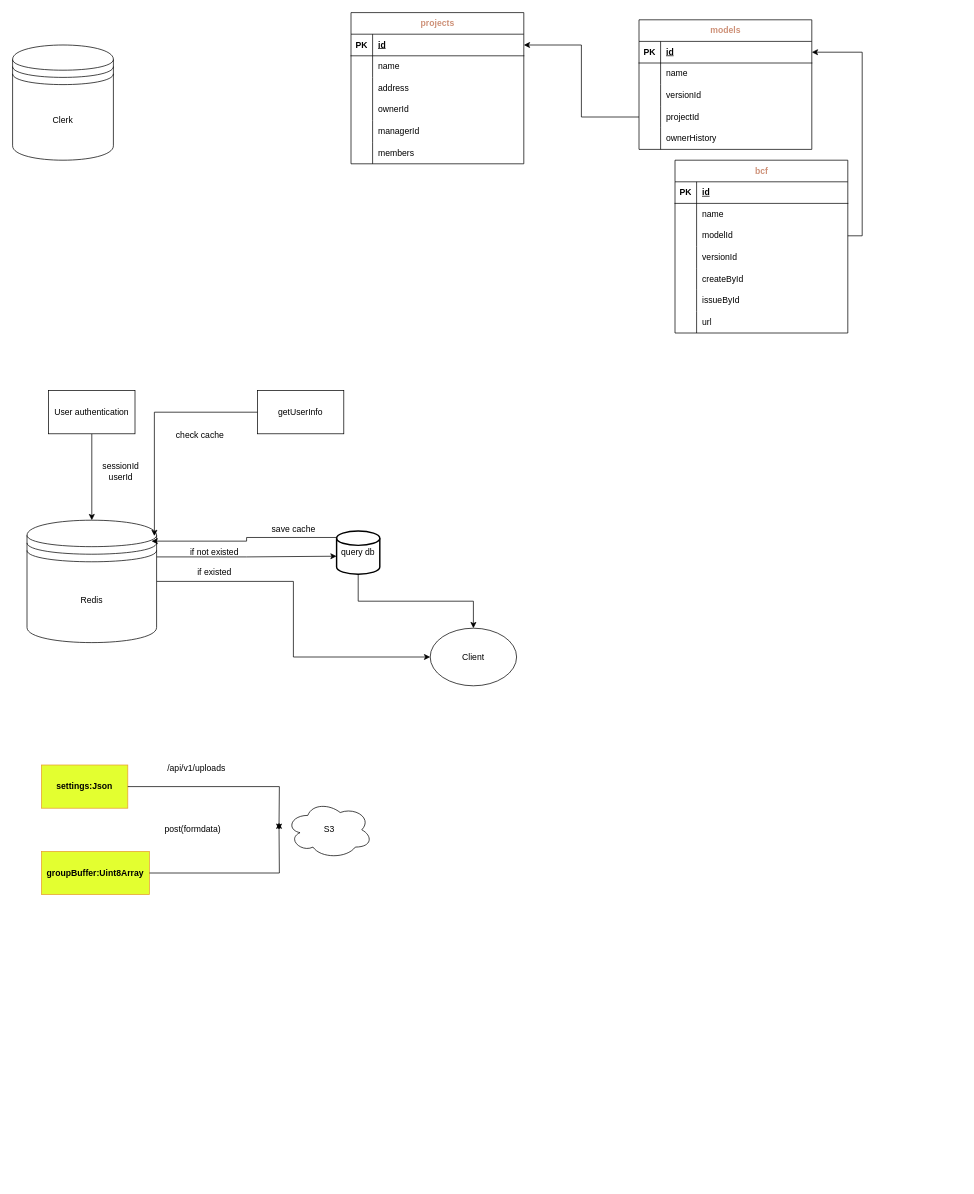
Earlier version of the draw.io diagram server-tiles/db.drawio (RyugaRyuzaki/BIM-CDE). Source tidied: cells renumbered, new cells numbered last; positions are measured from the earlier drawing's top-left corner, leaving out a move shared by most shapes. Both pictures are drawn from the tidied source at 72%, with x=0, y=0 at pixel (12, 12).
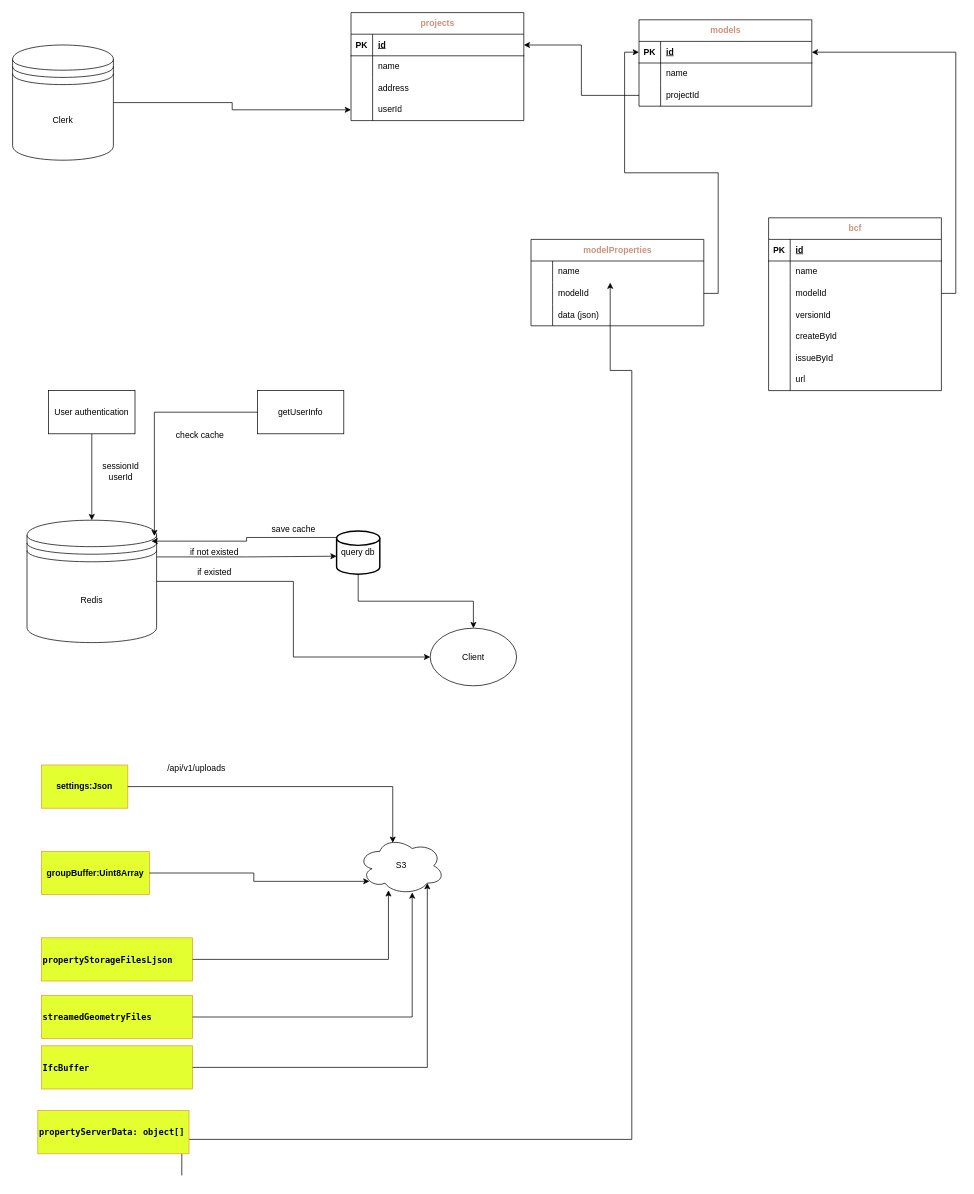
The same page after the edit.

The change refers to these unchanged cells:
```xml
<mxCell id="12" style="shape=tableRow;horizontal=0;startSize=0;swimlaneHead=0;swimlaneBody=0;fillColor=none;points=[[0,0.5],[1,0.5]];portConstraint=eastwest;top=0;left=0;right=0;bottom=0;" parent="2" vertex="1">
  <mxGeometry y="120" width="240" height="30" as="geometry" />
</mxCell>
<mxCell id="22" style="shape=tableRow;horizontal=0;startSize=0;swimlaneHead=0;swimlaneBody=0;fillColor=none;points=[[0,0.5],[1,0.5]];portConstraint=eastwest;top=0;left=0;right=0;bottom=1;" parent="21" vertex="1">
  <mxGeometry y="30" width="240" height="30" as="geometry" />
</mxCell>
<mxCell id="61" value="Clerk" style="shape=datastore;whiteSpace=wrap;html=1;" parent="1" vertex="1">
  <mxGeometry y="45" width="140" height="160" as="geometry" />
</mxCell>
<mxCell id="78" value="&lt;b&gt;settings:Json&lt;/b&gt;" style="rounded=0;whiteSpace=wrap;html=1;align=center;strokeColor=#e89c30;fillColor=#E3FF30;" parent="1" vertex="1">
  <mxGeometry x="40" y="1045" width="120" height="60" as="geometry" />
</mxCell>
<mxCell id="79" value="&lt;b&gt;groupBuffer:Uint8Array&lt;/b&gt;" style="rounded=0;whiteSpace=wrap;html=1;align=center;strokeColor=#e89c30;fillColor=#E3FF30;" parent="1" vertex="1">
  <mxGeometry x="40" y="1165" width="150" height="60" as="geometry" />
</mxCell>
```

What changed in the source:
```diff
@@
     <mxCell id="2" value="&lt;font color=&quot;#ce9178&quot;&gt;projects&lt;/font&gt;" style="shape=table;startSize=30;childLayout=tableLayout;rowLines=0;fontStyle=1;align=center;html=1;" parent="1" vertex="1">
-      <mxGeometry x="470" width="240" height="210" as="geometry" />
+      <mxGeometry x="470" width="240" height="150" as="geometry" />
     </mxCell>
@@
-    <mxCell id="14" value="ownerId" style="shape=partialRectangle;fillColor=none;top=0;left=0;bottom=0;right=0;align=left;spacingLeft=6;overflow=hidden;whiteSpace=wrap;html=1;" parent="12" vertex="1">
+    <mxCell id="14" value="userId" style="shape=partialRectangle;fillColor=none;top=0;left=0;bottom=0;right=0;align=left;spacingLeft=6;overflow=hidden;whiteSpace=wrap;html=1;" parent="12" vertex="1">
       <mxGeometry x="30" width="210" height="30" as="geometry" />
     </mxCell>
-    <mxCell id="15" style="shape=tableRow;horizontal=0;startSize=0;swimlaneHead=0;swimlaneBody=0;fillColor=none;top=0;left=0;right=0;bottom=0;" parent="2" vertex="1">
-      <mxGeometry y="150" width="240" height="30" as="geometry" />
-    </mxCell>
-    <mxCell id="16" style="shape=partialRectangle;fillColor=none;top=0;left=0;bottom=0;right=0;overflow=hidden;whiteSpace=wrap;html=1;" parent="15" vertex="1">
-      <mxGeometry width="30" height="30" as="geometry" />
-    </mxCell>
-    <mxCell id="17" value="managerId" style="shape=partialRectangle;fillColor=none;top=0;left=0;bottom=0;right=0;align=left;spacingLeft=6;overflow=hidden;whiteSpace=wrap;html=1;" parent="15" vertex="1">
-      <mxGeometry x="30" width="210" height="30" as="geometry" />
-    </mxCell>
-    <mxCell id="18" style="shape=tableRow;horizontal=0;startSize=0;swimlaneHead=0;swimlaneBody=0;fillColor=none;top=0;left=0;right=0;bottom=0;" parent="2" vertex="1">
-      <mxGeometry y="180" width="240" height="30" as="geometry" />
-    </mxCell>
-    <mxCell id="19" style="shape=partialRectangle;fillColor=none;top=0;left=0;bottom=0;right=0;overflow=hidden;whiteSpace=wrap;html=1;" parent="18" vertex="1">
-      <mxGeometry width="30" height="30" as="geometry" />
-    </mxCell>
-    <mxCell id="20" value="members" style="shape=partialRectangle;fillColor=none;top=0;left=0;bottom=0;right=0;align=left;spacingLeft=6;overflow=hidden;whiteSpace=wrap;html=1;" parent="18" vertex="1">
-      <mxGeometry x="30" width="210" height="30" as="geometry" />
-    </mxCell>
     <mxCell id="21" value="&lt;font color=&quot;#ce9178&quot;&gt;models&lt;/font&gt;" style="shape=table;startSize=30;childLayout=tableLayout;rowLines=0;fontStyle=1;align=center;html=1;" parent="1" vertex="1">
-      <mxGeometry x="870" y="10" width="240" height="180" as="geometry" />
+      <mxGeometry x="870" y="10" width="240" height="120" as="geometry" />
     </mxCell>
@@
-    <mxCell id="28" style="shape=tableRow;horizontal=0;startSize=0;swimlaneHead=0;swimlaneBody=0;fillColor=none;top=0;left=0;right=0;bottom=0;" parent="21" vertex="1">
-      <mxGeometry y="90" width="240" height="30" as="geometry" />
-    </mxCell>
-    <mxCell id="29" style="shape=partialRectangle;fillColor=none;top=0;left=0;bottom=0;right=0;overflow=hidden;whiteSpace=wrap;html=1;" parent="28" vertex="1">
-      <mxGeometry width="30" height="30" as="geometry" />
-    </mxCell>
-    <mxCell id="30" value="versionId" style="shape=partialRectangle;fillColor=none;top=0;left=0;bottom=0;right=0;align=left;spacingLeft=6;overflow=hidden;whiteSpace=wrap;html=1;" parent="28" vertex="1">
-      <mxGeometry x="30" width="210" height="30" as="geometry" />
-    </mxCell>
     <mxCell id="31" style="shape=tableRow;horizontal=0;startSize=0;swimlaneHead=0;swimlaneBody=0;fillColor=none;points=[[0,0.5],[1,0.5]];portConstraint=eastwest;top=0;left=0;right=0;bottom=0;" parent="21" vertex="1">
-      <mxGeometry y="120" width="240" height="30" as="geometry" />
+      <mxGeometry y="90" width="240" height="30" as="geometry" />
     </mxCell>
@@
-    <mxCell id="34" style="shape=tableRow;horizontal=0;startSize=0;swimlaneHead=0;swimlaneBody=0;fillColor=none;top=0;left=0;right=0;bottom=0;" parent="21" vertex="1">
-      <mxGeometry y="150" width="240" height="30" as="geometry" />
-    </mxCell>
-    <mxCell id="35" style="shape=partialRectangle;fillColor=none;top=0;left=0;bottom=0;right=0;overflow=hidden;whiteSpace=wrap;html=1;" parent="34" vertex="1">
-      <mxGeometry width="30" height="30" as="geometry" />
-    </mxCell>
-    <mxCell id="36" value="ownerHistory" style="shape=partialRectangle;fillColor=none;top=0;left=0;bottom=0;right=0;align=left;spacingLeft=6;overflow=hidden;whiteSpace=wrap;html=1;" parent="34" vertex="1">
-      <mxGeometry x="30" width="210" height="30" as="geometry" />
-    </mxCell>
     <mxCell id="37" value="&lt;font color=&quot;#ce9178&quot;&gt;bcf&lt;/font&gt;" style="shape=table;startSize=30;childLayout=tableLayout;rowLines=0;fontStyle=1;align=center;html=1;" parent="1" vertex="1">
-      <mxGeometry x="920" y="205" width="240" height="240" as="geometry" />
+      <mxGeometry x="1050" y="285" width="240" height="240" as="geometry" />
     </mxCell>
@@
+    <mxCell id="85" style="edgeStyle=orthogonalEdgeStyle;rounded=0;jettySize=auto;html=1;exitX=1;exitY=0.5;exitDx=0;exitDy=0;entryX=0;entryY=0.5;entryDx=0;entryDy=0;" parent="1" edge="1" source="61" target="12">
+      <mxGeometry relative="1" as="geometry" />
+    </mxCell>
@@
     <mxCell id="80" value="S3" style="ellipse;shape=cloud;whiteSpace=wrap;html=1;" parent="1" vertex="1">
-      <mxGeometry x="380" y="1095" width="120" height="80" as="geometry" />
+      <mxGeometry x="480" y="1145" width="120" height="80" as="geometry" />
     </mxCell>
-    <mxCell id="81" style="edgeStyle=orthogonalEdgeStyle;rounded=0;jettySize=auto;html=1;exitX=1;exitY=0.5;exitDx=0;exitDy=0;" parent="1" edge="1" source="78">
-      <mxGeometry relative="1" as="geometry">
-        <mxPoint x="370" y="1135" as="targetPoint" />
-      </mxGeometry>
+    <mxCell id="81" style="edgeStyle=orthogonalEdgeStyle;rounded=0;jettySize=auto;html=1;exitX=1;exitY=0.5;exitDx=0;exitDy=0;entryX=0.4;entryY=0.1;entryDx=0;entryDy=0;entryPerimeter=0;" parent="1" edge="1" source="78" target="80">
+      <mxGeometry relative="1" as="geometry" />
     </mxCell>
-    <mxCell id="82" style="edgeStyle=orthogonalEdgeStyle;rounded=0;jettySize=auto;html=1;exitX=1;exitY=0.5;exitDx=0;exitDy=0;" parent="1" edge="1" source="79">
-      <mxGeometry relative="1" as="geometry">
-        <mxPoint x="370" y="1125" as="targetPoint" />
-      </mxGeometry>
+    <mxCell id="82" style="edgeStyle=orthogonalEdgeStyle;rounded=0;jettySize=auto;html=1;exitX=1;exitY=0.5;exitDx=0;exitDy=0;entryX=0.13;entryY=0.77;entryDx=0;entryDy=0;entryPerimeter=0;" parent="1" edge="1" source="79" target="80">
+      <mxGeometry relative="1" as="geometry" />
     </mxCell>
@@
-    <mxCell id="84" value="post(formdata)" style="text;html=1;align=center;verticalAlign=middle;strokeColor=none;fillColor=none;" parent="1" vertex="1">
-      <mxGeometry x="200" y="1120" width="100" height="30" as="geometry" />
-    </mxCell>
+    <mxCell id="86" value="&lt;div style=&quot;font-family: Menlo, Monaco, &amp;quot;Courier New&amp;quot;, monospace, Consolas, &amp;quot;Courier New&amp;quot;, monospace; line-height: 16px; white-space: pre;&quot;&gt;&lt;b&gt;propertyStorageFilesLjson&lt;/b&gt;&lt;/div&gt;" style="rounded=0;whiteSpace=wrap;html=1;align=left;strokeColor=#e89c30;fillColor=#E3FF30;" parent="1" vertex="1">
+      <mxGeometry x="40" y="1285" width="210" height="60" as="geometry" />
+    </mxCell>
+    <mxCell id="87" value="&lt;div style=&quot;font-family: Menlo, Monaco, &amp;quot;Courier New&amp;quot;, monospace, Consolas, &amp;quot;Courier New&amp;quot;, monospace; line-height: 16px; white-space: pre;&quot;&gt;&lt;div style=&quot;line-height: 16px;&quot;&gt;&lt;b&gt;streamedGeometryFiles&lt;/b&gt;&lt;/div&gt;&lt;/div&gt;" style="rounded=0;whiteSpace=wrap;html=1;align=left;strokeColor=#e89c30;fillColor=#E3FF30;" parent="1" vertex="1">
+      <mxGeometry x="40" y="1365" width="210" height="60" as="geometry" />
+    </mxCell>
+    <mxCell id="88" style="edgeStyle=orthogonalEdgeStyle;rounded=0;jettySize=auto;html=1;exitX=1;exitY=0.5;exitDx=0;exitDy=0;entryX=0.35;entryY=0.925;entryDx=0;entryDy=0;entryPerimeter=0;" parent="1" edge="1" source="86" target="80">
+      <mxGeometry relative="1" as="geometry" />
+    </mxCell>
+    <mxCell id="89" style="edgeStyle=orthogonalEdgeStyle;rounded=0;jettySize=auto;html=1;exitX=1;exitY=0.5;exitDx=0;exitDy=0;entryX=0.625;entryY=0.963;entryDx=0;entryDy=0;entryPerimeter=0;" parent="1" edge="1" source="87" target="80">
+      <mxGeometry relative="1" as="geometry" />
+    </mxCell>
+    <mxCell id="90" style="edgeStyle=orthogonalEdgeStyle;rounded=0;orthogonalLoop=1;jettySize=auto;html=1;exitX=1;exitY=0.5;exitDx=0;exitDy=0;entryX=0.5;entryY=0;entryDx=0;entryDy=0;" parent="1" edge="1">
+      <mxGeometry relative="1" as="geometry">
+        <mxPoint x="235" y="1615" as="sourcePoint" />
+        <mxPoint x="830" y="375" as="targetPoint" />
+        <Array as="points">
+          <mxPoint x="860" y="1565" />
+          <mxPoint x="860" y="497" />
+          <mxPoint x="830" y="497" />
+        </Array>
+      </mxGeometry>
+    </mxCell>
+    <mxCell id="91" value="&lt;div style=&quot;font-family: Menlo, Monaco, &amp;quot;Courier New&amp;quot;, monospace, Consolas, &amp;quot;Courier New&amp;quot;, monospace; line-height: 16px; white-space: pre;&quot;&gt;&lt;div style=&quot;line-height: 16px;&quot;&gt;&lt;b&gt;propertyServerData: object[]&lt;/b&gt;&lt;/div&gt;&lt;/div&gt;" style="rounded=0;whiteSpace=wrap;html=1;align=left;strokeColor=#e89c30;fillColor=#E3FF30;" parent="1" vertex="1">
+      <mxGeometry x="35" y="1525" width="210" height="60" as="geometry" />
+    </mxCell>
+    <mxCell id="92" value="&lt;font color=&quot;#ce9178&quot;&gt;modelProperties&lt;/font&gt;" style="shape=table;startSize=30;childLayout=tableLayout;rowLines=0;fontStyle=1;align=center;html=1;" parent="1" vertex="1">
+      <mxGeometry x="720" y="315" width="240" height="120" as="geometry" />
+    </mxCell>
+    <mxCell id="93" style="shape=tableRow;horizontal=0;startSize=0;swimlaneHead=0;swimlaneBody=0;fillColor=none;top=0;left=0;right=0;bottom=0;" parent="92" vertex="1">
+      <mxGeometry y="30" width="240" height="30" as="geometry" />
+    </mxCell>
+    <mxCell id="94" style="shape=partialRectangle;fillColor=none;top=0;left=0;bottom=0;right=0;overflow=hidden;whiteSpace=wrap;html=1;" parent="93" vertex="1">
+      <mxGeometry width="30" height="30" as="geometry" />
+    </mxCell>
+    <mxCell id="95" value="name" style="shape=partialRectangle;fillColor=none;top=0;left=0;bottom=0;right=0;align=left;spacingLeft=6;overflow=hidden;whiteSpace=wrap;html=1;" parent="93" vertex="1">
+      <mxGeometry x="30" width="210" height="30" as="geometry" />
+    </mxCell>
+    <mxCell id="96" style="shape=tableRow;horizontal=0;startSize=0;swimlaneHead=0;swimlaneBody=0;fillColor=none;points=[[0,0.5],[1,0.5]];portConstraint=eastwest;top=0;left=0;right=0;bottom=0;" parent="92" vertex="1">
+      <mxGeometry y="60" width="240" height="30" as="geometry" />
+    </mxCell>
+    <mxCell id="97" style="shape=partialRectangle;fillColor=none;top=0;left=0;bottom=0;right=0;overflow=hidden;whiteSpace=wrap;html=1;" parent="96" vertex="1">
+      <mxGeometry width="30" height="30" as="geometry" />
+    </mxCell>
+    <mxCell id="98" value="modelId" style="shape=partialRectangle;fillColor=none;top=0;left=0;bottom=0;right=0;align=left;spacingLeft=6;overflow=hidden;whiteSpace=wrap;html=1;" parent="96" vertex="1">
+      <mxGeometry x="30" width="210" height="30" as="geometry" />
+    </mxCell>
+    <mxCell id="28" style="shape=tableRow;horizontal=0;startSize=0;swimlaneHead=0;swimlaneBody=0;fillColor=none;top=0;left=0;right=0;bottom=0;" parent="92" vertex="1">
+      <mxGeometry y="90" width="240" height="30" as="geometry" />
+    </mxCell>
+    <mxCell id="99" style="shape=partialRectangle;fillColor=none;top=0;left=0;bottom=0;right=0;overflow=hidden;whiteSpace=wrap;html=1;" parent="28" vertex="1">
+      <mxGeometry width="30" height="30" as="geometry" />
+    </mxCell>
+    <mxCell id="100" value="data (json)" style="shape=partialRectangle;fillColor=none;top=0;left=0;bottom=0;right=0;align=left;spacingLeft=6;overflow=hidden;whiteSpace=wrap;html=1;" parent="28" vertex="1">
+      <mxGeometry x="30" width="210" height="30" as="geometry" />
+    </mxCell>
+    <mxCell id="101" style="edgeStyle=orthogonalEdgeStyle;rounded=0;jettySize=auto;html=1;exitX=1;exitY=0.5;exitDx=0;exitDy=0;entryX=0;entryY=0.5;entryDx=0;entryDy=0;" parent="1" edge="1" source="96" target="22">
+      <mxGeometry relative="1" as="geometry" />
+    </mxCell>
+    <mxCell id="102" value="&lt;div style=&quot;font-family: Menlo, Monaco, &amp;quot;Courier New&amp;quot;, monospace, Consolas, &amp;quot;Courier New&amp;quot;, monospace; line-height: 16px; white-space: pre;&quot;&gt;&lt;div style=&quot;line-height: 16px;&quot;&gt;&lt;b&gt;IfcBuffer&lt;/b&gt;&lt;/div&gt;&lt;/div&gt;" style="rounded=0;whiteSpace=wrap;html=1;align=left;strokeColor=#e89c30;fillColor=#E3FF30;" parent="1" vertex="1">
+      <mxGeometry x="40" y="1435" width="210" height="60" as="geometry" />
+    </mxCell>
+    <mxCell id="103" style="edgeStyle=orthogonalEdgeStyle;rounded=0;jettySize=auto;html=1;exitX=1;exitY=0.5;exitDx=0;exitDy=0;entryX=0.8;entryY=0.8;entryDx=0;entryDy=0;entryPerimeter=0;" parent="1" edge="1" source="102" target="80">
+      <mxGeometry relative="1" as="geometry" />
+    </mxCell>
```
